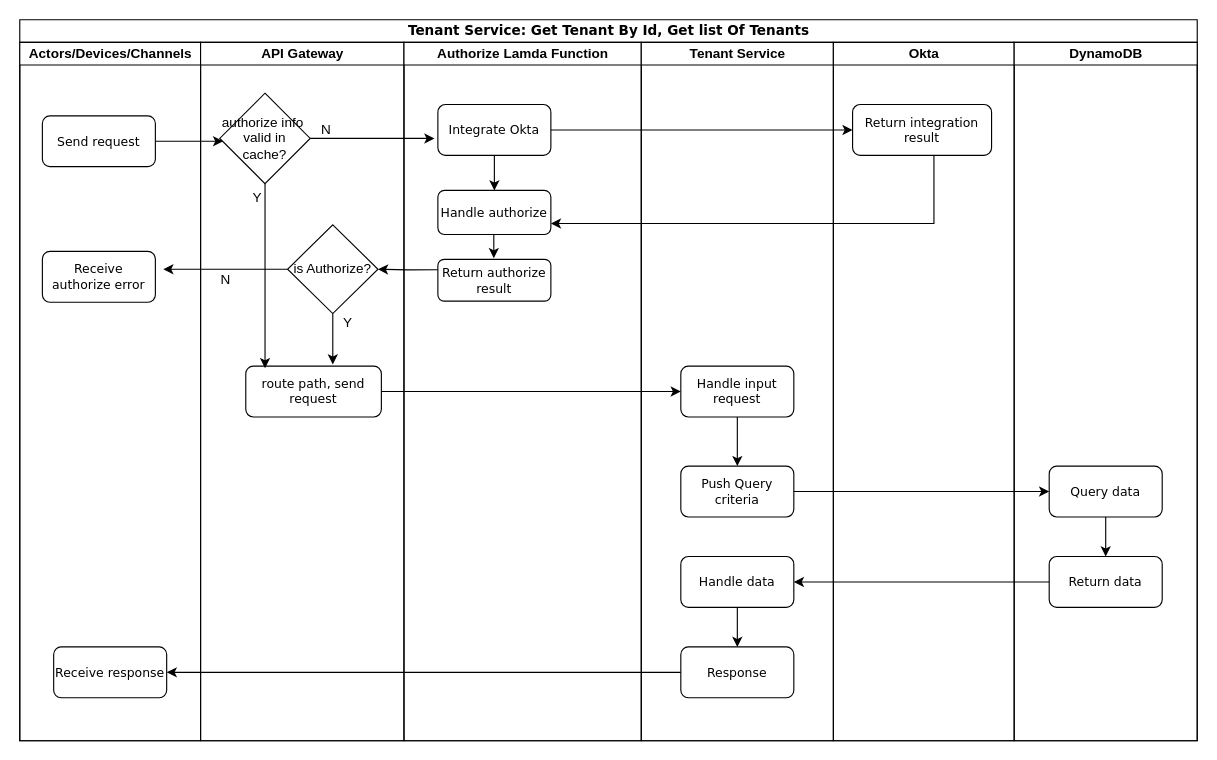
Before: dispatchtenant.drawio in dieunguyen2003/deploycode, a draw.io diagram. Source tidied: cells renumbered, new cells numbered last; positions are measured from the earlier drawing's top-left corner, leaving out a move shared by most shapes. Both pictures are drawn from the tidied source at 113%, with x=0, y=0 at pixel (19, 19).
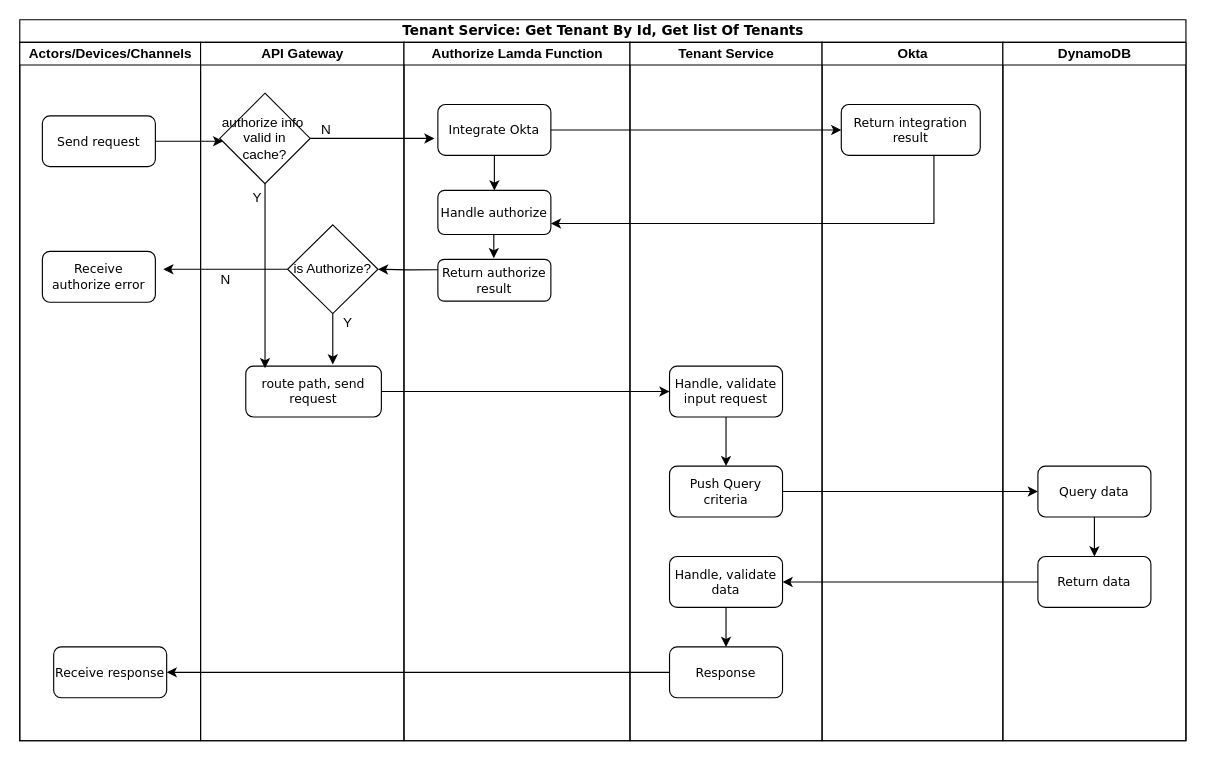
The same page after the edit.

The edit, as a diff of the source:
```diff
@@
     <mxCell id="2" value="&lt;font style=&quot;font-size: 12px;&quot;&gt;Tenant Service: Get Tenant By Id, Get list Of Tenants&lt;/font&gt;" style="swimlane;html=1;startSize=20;rounded=0;shadow=0;labelBackgroundColor=none;strokeWidth=1;fontFamily=Verdana;fontSize=8;align=center;" parent="1" vertex="1">
-      <mxGeometry width="1042" height="638" as="geometry" />
+      <mxGeometry width="1032" height="638" as="geometry" />
     </mxCell>
@@
     <mxCell id="20" value="Authorize Lamda Function" style="swimlane;html=1;startSize=20;" parent="2" vertex="1">
-      <mxGeometry x="340" y="20" width="210" height="618" as="geometry" />
+      <mxGeometry x="340" y="20" width="200" height="618" as="geometry" />
     </mxCell>
@@
     <mxCell id="26" value="Tenant Service" style="swimlane;html=1;startSize=20;" parent="2" vertex="1">
-      <mxGeometry x="550" y="20" width="170" height="618" as="geometry" />
+      <mxGeometry x="540" y="20" width="170" height="618" as="geometry" />
     </mxCell>
@@
-    <mxCell id="28" value="&lt;font style=&quot;font-size: 11px;&quot;&gt;Handle input request&lt;/font&gt;" style="rounded=1;whiteSpace=wrap;html=1;shadow=0;labelBackgroundColor=none;strokeWidth=1;fontFamily=Verdana;fontSize=8;align=center;" parent="26" vertex="1">
+    <mxCell id="28" value="&lt;font style=&quot;font-size: 11px;&quot;&gt;Handle, validate input request&lt;/font&gt;" style="rounded=1;whiteSpace=wrap;html=1;shadow=0;labelBackgroundColor=none;strokeWidth=1;fontFamily=Verdana;fontSize=8;align=center;" parent="26" vertex="1">
       <mxGeometry x="35" y="286.5" width="100" height="45" as="geometry" />
     </mxCell>
@@
-    <mxCell id="31" value="&lt;font style=&quot;font-size: 11px;&quot;&gt;Handle data&lt;/font&gt;" style="rounded=1;whiteSpace=wrap;html=1;shadow=0;labelBackgroundColor=none;strokeWidth=1;fontFamily=Verdana;fontSize=8;align=center;" parent="26" vertex="1">
+    <mxCell id="31" value="&lt;font style=&quot;font-size: 11px;&quot;&gt;Handle, validate data&lt;/font&gt;" style="rounded=1;whiteSpace=wrap;html=1;shadow=0;labelBackgroundColor=none;strokeWidth=1;fontFamily=Verdana;fontSize=8;align=center;" parent="26" vertex="1">
       <mxGeometry x="35" y="455" width="100" height="45" as="geometry" />
     </mxCell>
@@
     <mxCell id="33" value="Okta" style="swimlane;html=1;startSize=20;" parent="2" vertex="1">
-      <mxGeometry x="720" y="20" width="160" height="618" as="geometry" />
+      <mxGeometry x="710" y="20" width="160" height="618" as="geometry" />
     </mxCell>
@@
     <mxCell id="37" value="DynamoDB" style="swimlane;html=1;startSize=20;" parent="2" vertex="1">
-      <mxGeometry x="880" y="20" width="162" height="618" as="geometry" />
+      <mxGeometry x="870" y="20" width="162" height="618" as="geometry" />
     </mxCell>
```
